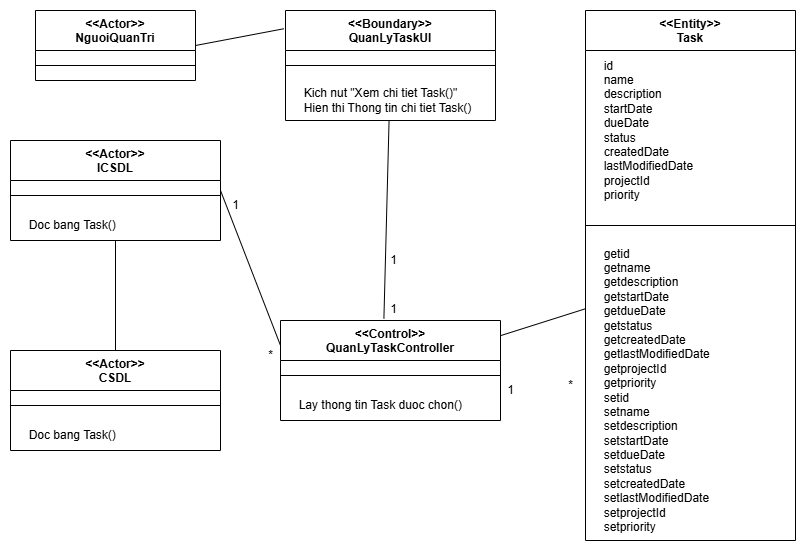
Earlier version of the draw.io export Báo Cáo/VOPC/VPOC-XemTask.drawio.png (chickenlazy/college). Source tidied: cells renumbered, new cells last; positions are measured from the earlier drawing's top-left corner, leaving out a move shared by most shapes.
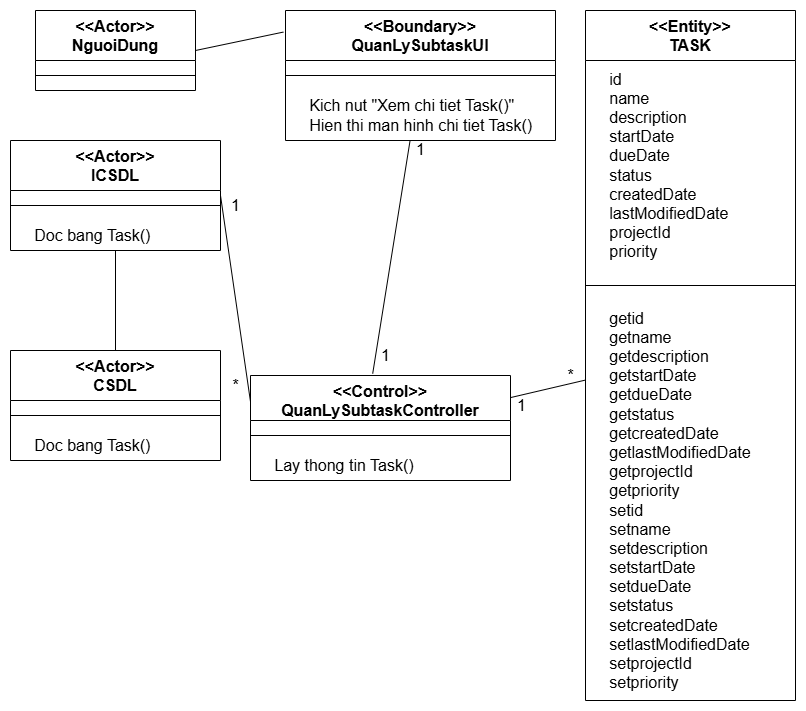
After the change.

The edit, as a diff of the source:
```diff
@@ -2,92 +2,92 @@
   <root>
     <mxCell id="0" />
     <mxCell id="1" parent="0" />
-    <mxCell id="2" value="&amp;lt;&amp;lt;Actor&amp;gt;&amp;gt;&lt;div&gt;NguoiQuanTri&lt;/div&gt;" style="swimlane;fontStyle=1;align=center;verticalAlign=top;horizontal=1;startSize=40;whiteSpace=wrap;html=1;" parent="1" vertex="1">
-      <mxGeometry x="25" width="160" height="70" as="geometry" />
+    <mxCell id="2" value="&amp;lt;&amp;lt;Actor&amp;gt;&amp;gt;&lt;div&gt;NguoiDung&lt;/div&gt;" style="swimlane;fontStyle=1;align=center;verticalAlign=top;horizontal=1;startSize=50;whiteSpace=wrap;html=1;fontSize=16;" parent="1" vertex="1">
+      <mxGeometry x="25" width="160" height="80" as="geometry" />
     </mxCell>
-    <mxCell id="3" style="line;strokeWidth=1;fillColor=none;align=left;verticalAlign=middle;spacingTop=-1;spacingLeft=3;spacingRight=3;labelPosition=right;strokeColor=inherit;" parent="2" vertex="1">
-      <mxGeometry y="40" width="160" height="30" as="geometry" />
+    <mxCell id="3" style="line;strokeWidth=1;fillColor=none;align=left;verticalAlign=middle;spacingTop=-1;spacingLeft=3;spacingRight=3;labelPosition=right;strokeColor=inherit;fontSize=16;" parent="2" vertex="1">
+      <mxGeometry y="50" width="160" height="30" as="geometry" />
     </mxCell>
-    <mxCell id="4" value="&amp;lt;&amp;lt;Boundary&amp;gt;&amp;gt;&lt;div&gt;QuanLyTaskUI&lt;/div&gt;" style="swimlane;fontStyle=1;align=center;verticalAlign=top;horizontal=1;startSize=40;whiteSpace=wrap;html=1;" parent="1" vertex="1">
-      <mxGeometry x="275" width="210" height="110" as="geometry" />
+    <mxCell id="4" value="&amp;lt;&amp;lt;Boundary&amp;gt;&amp;gt;&lt;div&gt;QuanLySubtaskUI&lt;/div&gt;" style="swimlane;fontStyle=1;align=center;verticalAlign=top;horizontal=1;startSize=50;whiteSpace=wrap;html=1;fontSize=16;" parent="1" vertex="1">
+      <mxGeometry x="275" width="270" height="130" as="geometry" />
     </mxCell>
-    <mxCell id="5" style="line;strokeWidth=1;fillColor=none;align=left;verticalAlign=middle;spacingTop=-1;spacingLeft=3;spacingRight=3;labelPosition=right;strokeColor=inherit;" parent="4" vertex="1">
-      <mxGeometry y="40" width="210" height="30" as="geometry" />
+    <mxCell id="5" style="line;strokeWidth=1;fillColor=none;align=left;verticalAlign=middle;spacingTop=-1;spacingLeft=3;spacingRight=3;labelPosition=right;strokeColor=inherit;fontSize=16;" parent="4" vertex="1">
+      <mxGeometry y="50" width="270" height="30" as="geometry" />
     </mxCell>
-    <mxCell id="6" value="&amp;nbsp; &amp;nbsp; &amp;nbsp;Kich nut &quot;Xem chi tiet Task()&quot;&lt;br&gt;&lt;div&gt;&lt;span style=&quot;background-color: transparent; color: light-dark(rgb(0, 0, 0), rgb(255, 255, 255));&quot;&gt;&amp;nbsp; &amp;nbsp; &amp;nbsp;&lt;/span&gt;Hien thi Thong tin chi tiet Task()&lt;/div&gt;" style="text;html=1;align=left;verticalAlign=middle;strokeColor=none;fillColor=none;" parent="4" vertex="1">
-      <mxGeometry y="70" width="210" height="40" as="geometry" />
+    <mxCell id="6" value="&amp;nbsp; &amp;nbsp; &amp;nbsp;Kich nut &quot;Xem chi tiet Task()&quot;&lt;br&gt;&lt;div&gt;&lt;span style=&quot;background-color: transparent; color: light-dark(rgb(0, 0, 0), rgb(255, 255, 255));&quot;&gt;&amp;nbsp; &amp;nbsp; &amp;nbsp;&lt;/span&gt;Hien thi man hinh chi tiet Task()&lt;/div&gt;" style="text;html=1;align=left;verticalAlign=middle;strokeColor=none;fillColor=none;fontSize=16;" parent="4" vertex="1">
+      <mxGeometry y="80" width="270" height="50" as="geometry" />
     </mxCell>
-    <mxCell id="7" value="&amp;lt;&amp;lt;Control&amp;gt;&amp;gt;&lt;div&gt;QuanLyTaskController&lt;/div&gt;" style="swimlane;fontStyle=1;align=center;verticalAlign=top;horizontal=1;startSize=40;whiteSpace=wrap;html=1;" parent="1" vertex="1">
-      <mxGeometry x="270" y="310" width="220" height="100" as="geometry" />
+    <mxCell id="7" value="&amp;lt;&amp;lt;Control&amp;gt;&amp;gt;&lt;div&gt;QuanLySubtaskController&lt;/div&gt;" style="swimlane;fontStyle=1;align=center;verticalAlign=top;horizontal=1;startSize=45;whiteSpace=wrap;html=1;fontSize=16;" parent="1" vertex="1">
+      <mxGeometry x="240" y="365" width="260" height="105" as="geometry" />
     </mxCell>
-    <mxCell id="8" style="line;strokeWidth=1;fillColor=none;align=left;verticalAlign=middle;spacingTop=-1;spacingLeft=3;spacingRight=3;labelPosition=right;strokeColor=inherit;" parent="7" vertex="1">
-      <mxGeometry y="40" width="220" height="30" as="geometry" />
+    <mxCell id="8" style="line;strokeWidth=1;fillColor=none;align=left;verticalAlign=middle;spacingTop=-1;spacingLeft=3;spacingRight=3;labelPosition=right;strokeColor=inherit;fontSize=16;" parent="7" vertex="1">
+      <mxGeometry y="45" width="260" height="30" as="geometry" />
     </mxCell>
-    <mxCell id="9" value="&amp;nbsp; &amp;nbsp; &amp;nbsp;Lay thong tin Task duoc chon()" style="text;html=1;align=left;verticalAlign=middle;strokeColor=none;fillColor=none;" parent="7" vertex="1">
-      <mxGeometry y="70" width="220" height="30" as="geometry" />
+    <mxCell id="9" value="&amp;nbsp; &amp;nbsp; &amp;nbsp;Lay thong tin Task()" style="text;html=1;align=left;verticalAlign=middle;strokeColor=none;fillColor=none;fontSize=16;" parent="7" vertex="1">
+      <mxGeometry y="75" width="260" height="30" as="geometry" />
     </mxCell>
-    <mxCell id="10" value="&amp;lt;&amp;lt;Actor&amp;gt;&amp;gt;&lt;div&gt;CSDL&lt;/div&gt;" style="swimlane;fontStyle=1;align=center;verticalAlign=top;horizontal=1;startSize=40;whiteSpace=wrap;html=1;" parent="1" vertex="1">
-      <mxGeometry y="340" width="210" height="100" as="geometry" />
+    <mxCell id="10" value="&amp;lt;&amp;lt;Actor&amp;gt;&amp;gt;&lt;div&gt;CSDL&lt;/div&gt;" style="swimlane;fontStyle=1;align=center;verticalAlign=top;horizontal=1;startSize=50;whiteSpace=wrap;html=1;fontSize=16;" parent="1" vertex="1">
+      <mxGeometry y="340" width="210" height="110" as="geometry" />
     </mxCell>
-    <mxCell id="11" style="line;strokeWidth=1;fillColor=none;align=left;verticalAlign=middle;spacingTop=-1;spacingLeft=3;spacingRight=3;labelPosition=right;strokeColor=inherit;" parent="10" vertex="1">
-      <mxGeometry y="40" width="210" height="30" as="geometry" />
+    <mxCell id="11" style="line;strokeWidth=1;fillColor=none;align=left;verticalAlign=middle;spacingTop=-1;spacingLeft=3;spacingRight=3;labelPosition=right;strokeColor=inherit;fontSize=16;" parent="10" vertex="1">
+      <mxGeometry y="50" width="210" height="30" as="geometry" />
     </mxCell>
-    <mxCell id="12" value="&amp;nbsp; &amp;nbsp; &amp;nbsp;Doc bang Task()" style="text;html=1;align=left;verticalAlign=middle;strokeColor=none;fillColor=none;" parent="10" vertex="1">
-      <mxGeometry y="70" width="210" height="30" as="geometry" />
+    <mxCell id="12" value="&amp;nbsp; &amp;nbsp; &amp;nbsp;Doc bang Task()" style="text;html=1;align=left;verticalAlign=middle;strokeColor=none;fillColor=none;fontSize=16;" parent="10" vertex="1">
+      <mxGeometry y="80" width="210" height="30" as="geometry" />
     </mxCell>
-    <mxCell id="13" value="&amp;lt;&amp;lt;Actor&amp;gt;&amp;gt;&lt;div&gt;ICSDL&lt;/div&gt;" style="swimlane;fontStyle=1;align=center;verticalAlign=top;horizontal=1;startSize=40;whiteSpace=wrap;html=1;" parent="1" vertex="1">
-      <mxGeometry y="130" width="210" height="100" as="geometry" />
+    <mxCell id="13" value="&amp;lt;&amp;lt;Actor&amp;gt;&amp;gt;&lt;div&gt;ICSDL&lt;/div&gt;" style="swimlane;fontStyle=1;align=center;verticalAlign=top;horizontal=1;startSize=50;whiteSpace=wrap;html=1;fontSize=16;" parent="1" vertex="1">
+      <mxGeometry y="130" width="210" height="110" as="geometry" />
     </mxCell>
-    <mxCell id="14" style="line;strokeWidth=1;fillColor=none;align=left;verticalAlign=middle;spacingTop=-1;spacingLeft=3;spacingRight=3;labelPosition=right;strokeColor=inherit;" parent="13" vertex="1">
-      <mxGeometry y="40" width="210" height="30" as="geometry" />
+    <mxCell id="14" style="line;strokeWidth=1;fillColor=none;align=left;verticalAlign=middle;spacingTop=-1;spacingLeft=3;spacingRight=3;labelPosition=right;strokeColor=inherit;fontSize=16;" parent="13" vertex="1">
+      <mxGeometry y="50" width="210" height="30" as="geometry" />
     </mxCell>
-    <mxCell id="15" value="&amp;nbsp; &amp;nbsp; &amp;nbsp;Doc bang Task()" style="text;html=1;align=left;verticalAlign=middle;strokeColor=none;fillColor=none;" parent="13" vertex="1">
-      <mxGeometry y="70" width="210" height="30" as="geometry" />
+    <mxCell id="15" value="&amp;nbsp; &amp;nbsp; &amp;nbsp;Doc bang Task()" style="text;html=1;align=left;verticalAlign=middle;strokeColor=none;fillColor=none;fontSize=16;" parent="13" vertex="1">
+      <mxGeometry y="80" width="210" height="30" as="geometry" />
     </mxCell>
-    <mxCell id="16" value="&amp;lt;&amp;lt;Entity&amp;gt;&amp;gt;&lt;div&gt;Task&lt;/div&gt;" style="swimlane;fontStyle=1;align=center;verticalAlign=top;horizontal=1;startSize=40;whiteSpace=wrap;html=1;" parent="1" vertex="1">
-      <mxGeometry x="575" width="210" height="530" as="geometry" />
+    <mxCell id="16" value="&amp;lt;&amp;lt;Entity&amp;gt;&amp;gt;&lt;div&gt;TASK&lt;/div&gt;" style="swimlane;fontStyle=1;align=center;verticalAlign=top;horizontal=1;startSize=50;whiteSpace=wrap;html=1;fontSize=16;" parent="1" vertex="1">
+      <mxGeometry x="575" width="210" height="690" as="geometry" />
     </mxCell>
-    <mxCell id="17" value="&amp;nbsp; &amp;nbsp; &amp;nbsp;id&lt;div&gt;&amp;nbsp; &amp;nbsp; &amp;nbsp;name&lt;/div&gt;&lt;div&gt;&amp;nbsp; &amp;nbsp; &amp;nbsp;description&lt;/div&gt;&lt;div&gt;&amp;nbsp; &amp;nbsp; &amp;nbsp;startDate&lt;/div&gt;&lt;div&gt;&amp;nbsp; &amp;nbsp; &amp;nbsp;dueDate&lt;/div&gt;&lt;div&gt;&amp;nbsp; &amp;nbsp; &amp;nbsp;status&lt;/div&gt;&lt;div&gt;&amp;nbsp; &amp;nbsp; &amp;nbsp;createdDate&lt;/div&gt;&lt;div&gt;&amp;nbsp; &amp;nbsp; &amp;nbsp;lastModifiedDate&lt;/div&gt;&lt;div&gt;&amp;nbsp; &amp;nbsp; &amp;nbsp;projectId&lt;/div&gt;&lt;div&gt;&amp;nbsp; &amp;nbsp; &amp;nbsp;priority&lt;/div&gt;" style="text;html=1;align=left;verticalAlign=middle;strokeColor=none;fillColor=none;" parent="16" vertex="1">
-      <mxGeometry y="40" width="210" height="160" as="geometry" />
+    <mxCell id="17" value="&amp;nbsp; &amp;nbsp; &amp;nbsp;id&lt;div&gt;&amp;nbsp; &amp;nbsp; &amp;nbsp;name&lt;/div&gt;&lt;div&gt;&amp;nbsp; &amp;nbsp; &amp;nbsp;description&lt;/div&gt;&lt;div&gt;&amp;nbsp; &amp;nbsp; &amp;nbsp;startDate&lt;/div&gt;&lt;div&gt;&amp;nbsp; &amp;nbsp; &amp;nbsp;dueDate&lt;/div&gt;&lt;div&gt;&amp;nbsp; &amp;nbsp; &amp;nbsp;status&lt;/div&gt;&lt;div&gt;&amp;nbsp; &amp;nbsp; &amp;nbsp;createdDate&lt;/div&gt;&lt;div&gt;&amp;nbsp; &amp;nbsp; &amp;nbsp;lastModifiedDate&lt;/div&gt;&lt;div&gt;&amp;nbsp; &amp;nbsp; &amp;nbsp;projectId&lt;/div&gt;&lt;div&gt;&amp;nbsp; &amp;nbsp; &amp;nbsp;priority&lt;/div&gt;" style="text;html=1;align=left;verticalAlign=middle;strokeColor=none;fillColor=none;fontSize=16;" parent="16" vertex="1">
+      <mxGeometry y="50" width="210" height="210" as="geometry" />
     </mxCell>
-    <mxCell id="18" style="line;strokeWidth=1;fillColor=none;align=left;verticalAlign=middle;spacingTop=-1;spacingLeft=3;spacingRight=3;labelPosition=right;strokeColor=inherit;" parent="16" vertex="1">
-      <mxGeometry y="200" width="210" height="30" as="geometry" />
+    <mxCell id="18" style="line;strokeWidth=1;fillColor=none;align=left;verticalAlign=middle;spacingTop=-1;spacingLeft=3;spacingRight=3;labelPosition=right;strokeColor=inherit;fontSize=16;" parent="16" vertex="1">
+      <mxGeometry y="260" width="210" height="30" as="geometry" />
     </mxCell>
-    <mxCell id="19" value="&amp;nbsp; &amp;nbsp; &amp;nbsp;getid&lt;div&gt;&amp;nbsp; &amp;nbsp; &amp;nbsp;getname&lt;/div&gt;&lt;div&gt;&amp;nbsp; &amp;nbsp; &amp;nbsp;getdescription&lt;/div&gt;&lt;div&gt;&amp;nbsp; &amp;nbsp; &amp;nbsp;getstartDate&lt;/div&gt;&lt;div&gt;&amp;nbsp; &amp;nbsp; &amp;nbsp;getdueDate&lt;/div&gt;&lt;div&gt;&amp;nbsp; &amp;nbsp; &amp;nbsp;getstatus&lt;/div&gt;&lt;div&gt;&amp;nbsp; &amp;nbsp; &amp;nbsp;getcreatedDate&lt;/div&gt;&lt;div&gt;&amp;nbsp; &amp;nbsp; &amp;nbsp;getlastModifiedDate&lt;/div&gt;&lt;div&gt;&amp;nbsp; &amp;nbsp; &amp;nbsp;getprojectId&lt;/div&gt;&lt;div&gt;&amp;nbsp; &amp;nbsp; &amp;nbsp;getpriority&lt;/div&gt;&lt;div&gt;&amp;nbsp; &amp;nbsp; &amp;nbsp;setid&lt;div&gt;&amp;nbsp; &amp;nbsp; &amp;nbsp;setname&lt;/div&gt;&lt;div&gt;&amp;nbsp; &amp;nbsp; &amp;nbsp;setdescription&lt;/div&gt;&lt;div&gt;&amp;nbsp; &amp;nbsp; &amp;nbsp;setstartDate&lt;/div&gt;&lt;div&gt;&amp;nbsp; &amp;nbsp; &amp;nbsp;setdueDate&lt;/div&gt;&lt;div&gt;&amp;nbsp; &amp;nbsp; &amp;nbsp;setstatus&lt;/div&gt;&lt;div&gt;&amp;nbsp; &amp;nbsp; &amp;nbsp;setcreatedDate&lt;/div&gt;&lt;div&gt;&amp;nbsp; &amp;nbsp; &amp;nbsp;setlastModifiedDate&lt;/div&gt;&lt;div&gt;&amp;nbsp; &amp;nbsp; &amp;nbsp;setprojectId&lt;/div&gt;&lt;/div&gt;&lt;div&gt;&amp;nbsp; &amp;nbsp; &amp;nbsp;setpriority&lt;/div&gt;" style="text;html=1;align=left;verticalAlign=middle;strokeColor=none;fillColor=none;" parent="16" vertex="1">
-      <mxGeometry y="230" width="210" height="300" as="geometry" />
+    <mxCell id="19" value="&amp;nbsp; &amp;nbsp; &amp;nbsp;getid&lt;div&gt;&amp;nbsp; &amp;nbsp; &amp;nbsp;getname&lt;/div&gt;&lt;div&gt;&amp;nbsp; &amp;nbsp; &amp;nbsp;getdescription&lt;/div&gt;&lt;div&gt;&amp;nbsp; &amp;nbsp; &amp;nbsp;getstartDate&lt;/div&gt;&lt;div&gt;&amp;nbsp; &amp;nbsp; &amp;nbsp;getdueDate&lt;/div&gt;&lt;div&gt;&amp;nbsp; &amp;nbsp; &amp;nbsp;getstatus&lt;/div&gt;&lt;div&gt;&amp;nbsp; &amp;nbsp; &amp;nbsp;getcreatedDate&lt;/div&gt;&lt;div&gt;&amp;nbsp; &amp;nbsp; &amp;nbsp;getlastModifiedDate&lt;/div&gt;&lt;div&gt;&amp;nbsp; &amp;nbsp; &amp;nbsp;getprojectId&lt;/div&gt;&lt;div&gt;&amp;nbsp; &amp;nbsp; &amp;nbsp;getpriority&lt;/div&gt;&lt;div&gt;&amp;nbsp; &amp;nbsp; &amp;nbsp;setid&lt;div&gt;&amp;nbsp; &amp;nbsp; &amp;nbsp;setname&lt;/div&gt;&lt;div&gt;&amp;nbsp; &amp;nbsp; &amp;nbsp;setdescription&lt;/div&gt;&lt;div&gt;&amp;nbsp; &amp;nbsp; &amp;nbsp;setstartDate&lt;/div&gt;&lt;div&gt;&amp;nbsp; &amp;nbsp; &amp;nbsp;setdueDate&lt;/div&gt;&lt;div&gt;&amp;nbsp; &amp;nbsp; &amp;nbsp;setstatus&lt;/div&gt;&lt;div&gt;&amp;nbsp; &amp;nbsp; &amp;nbsp;setcreatedDate&lt;/div&gt;&lt;div&gt;&amp;nbsp; &amp;nbsp; &amp;nbsp;setlastModifiedDate&lt;/div&gt;&lt;div&gt;&amp;nbsp; &amp;nbsp; &amp;nbsp;setprojectId&lt;/div&gt;&lt;/div&gt;&lt;div&gt;&amp;nbsp; &amp;nbsp; &amp;nbsp;setpriority&lt;/div&gt;" style="text;html=1;align=left;verticalAlign=middle;strokeColor=none;fillColor=none;fontSize=16;" parent="16" vertex="1">
+      <mxGeometry y="290" width="210" height="400" as="geometry" />
     </mxCell>
-    <mxCell id="20" style="endArrow=none;html=1;rounded=0;exitX=1;exitY=0.5;exitDx=0;exitDy=0;entryX=-0.008;entryY=0.166;entryDx=0;entryDy=0;entryPerimeter=0;" parent="1" edge="1" source="2" target="4">
+    <mxCell id="20" style="endArrow=none;html=1;rounded=0;exitX=1;exitY=0.5;exitDx=0;exitDy=0;entryX=-0.008;entryY=0.166;entryDx=0;entryDy=0;entryPerimeter=0;fontSize=16;" parent="1" edge="1" source="2" target="4">
       <mxGeometry relative="1" as="geometry" />
     </mxCell>
-    <mxCell id="21" style="endArrow=none;html=1;rounded=0;exitX=0.5;exitY=0;exitDx=0;exitDy=0;" parent="1" edge="1" source="10" target="13">
+    <mxCell id="21" style="endArrow=none;html=1;rounded=0;exitX=0.5;exitY=0;exitDx=0;exitDy=0;fontSize=16;" parent="1" edge="1" source="10" target="13">
       <mxGeometry relative="1" as="geometry" />
     </mxCell>
-    <mxCell id="22" style="endArrow=none;html=1;rounded=0;exitX=0;exitY=0.25;exitDx=0;exitDy=0;entryX=1;entryY=0.5;entryDx=0;entryDy=0;" parent="1" edge="1" source="7" target="13">
+    <mxCell id="22" style="endArrow=none;html=1;rounded=0;exitX=0;exitY=0.25;exitDx=0;exitDy=0;entryX=1;entryY=0.5;entryDx=0;entryDy=0;fontSize=16;" parent="1" edge="1" source="7" target="13">
       <mxGeometry relative="1" as="geometry" />
     </mxCell>
-    <mxCell id="23" style="endArrow=none;html=1;rounded=0;" parent="1" edge="1" source="7" target="16">
+    <mxCell id="23" style="endArrow=none;html=1;rounded=0;fontSize=16;" parent="1" edge="1" source="7" target="16">
       <mxGeometry relative="1" as="geometry" />
     </mxCell>
-    <mxCell id="24" style="endArrow=none;html=1;rounded=0;exitX=0.47;exitY=-0.018;exitDx=0;exitDy=0;exitPerimeter=0;" parent="1" edge="1" source="7" target="4">
+    <mxCell id="24" style="endArrow=none;html=1;rounded=0;exitX=0.47;exitY=-0.018;exitDx=0;exitDy=0;exitPerimeter=0;fontSize=16;" parent="1" edge="1" source="7" target="4">
       <mxGeometry relative="1" as="geometry" />
     </mxCell>
-    <mxCell id="25" value="1" style="text;html=1;align=center;verticalAlign=middle;strokeColor=none;fillColor=none;" parent="1" vertex="1">
-      <mxGeometry x="485" y="365" width="30" height="30" as="geometry" />
+    <mxCell id="25" value="1" style="text;html=1;align=center;verticalAlign=middle;strokeColor=none;fillColor=none;fontSize=16;" parent="1" vertex="1">
+      <mxGeometry x="496" y="380" width="30" height="30" as="geometry" />
     </mxCell>
-    <mxCell id="26" value="*" style="text;html=1;align=center;verticalAlign=middle;strokeColor=none;fillColor=none;" parent="1" vertex="1">
-      <mxGeometry x="545" y="360" width="30" height="30" as="geometry" />
+    <mxCell id="26" value="*" style="text;html=1;align=center;verticalAlign=middle;strokeColor=none;fillColor=none;fontSize=16;" parent="1" vertex="1">
+      <mxGeometry x="545" y="350" width="30" height="30" as="geometry" />
     </mxCell>
-    <mxCell id="27" value="1" style="text;html=1;align=center;verticalAlign=middle;strokeColor=none;fillColor=none;" parent="1" vertex="1">
+    <mxCell id="27" value="1" style="text;html=1;align=center;verticalAlign=middle;strokeColor=none;fillColor=none;fontSize=16;" parent="1" vertex="1">
       <mxGeometry x="210" y="180" width="30" height="30" as="geometry" />
     </mxCell>
-    <mxCell id="28" value="*" style="text;html=1;align=center;verticalAlign=middle;strokeColor=none;fillColor=none;" parent="1" vertex="1">
-      <mxGeometry x="245" y="330" width="30" height="30" as="geometry" />
+    <mxCell id="28" value="*" style="text;html=1;align=center;verticalAlign=middle;strokeColor=none;fillColor=none;fontSize=16;" parent="1" vertex="1">
+      <mxGeometry x="210" y="360" width="30" height="30" as="geometry" />
     </mxCell>
-    <mxCell id="29" value="1" style="text;html=1;align=center;verticalAlign=middle;strokeColor=none;fillColor=none;" parent="1" vertex="1">
-      <mxGeometry x="368" y="235" width="30" height="30" as="geometry" />
+    <mxCell id="29" value="1" style="text;html=1;align=center;verticalAlign=middle;strokeColor=none;fillColor=none;fontSize=16;" parent="1" vertex="1">
+      <mxGeometry x="395" y="124" width="30" height="30" as="geometry" />
     </mxCell>
-    <mxCell id="30" value="1" style="text;html=1;align=center;verticalAlign=middle;strokeColor=none;fillColor=none;" parent="1" vertex="1">
-      <mxGeometry x="368" y="284" width="30" height="30" as="geometry" />
+    <mxCell id="30" value="1" style="text;html=1;align=center;verticalAlign=middle;strokeColor=none;fillColor=none;fontSize=16;" parent="1" vertex="1">
+      <mxGeometry x="360" y="330" width="30" height="30" as="geometry" />
     </mxCell>
   </root>
 </mxGraphModel>
```
